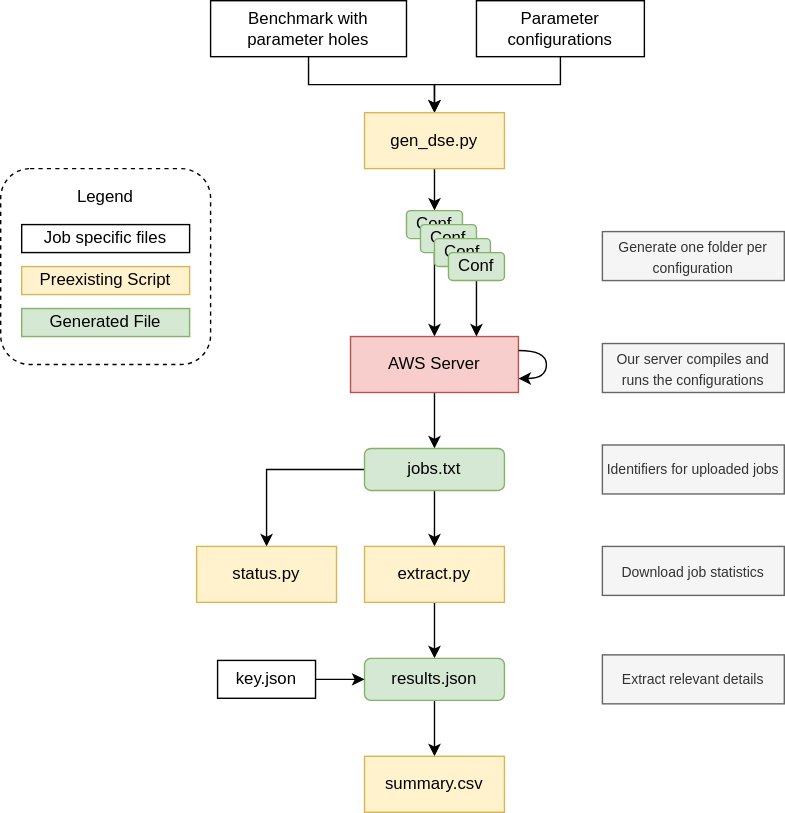
This is static/data-collection.svg from cucapra/dahlia-evaluation, a draw.io export, as it was before one commit. Source tidied: cells renumbered, new cells last; positions are measured from the earlier drawing's top-left corner, leaving out a move shared by most shapes.
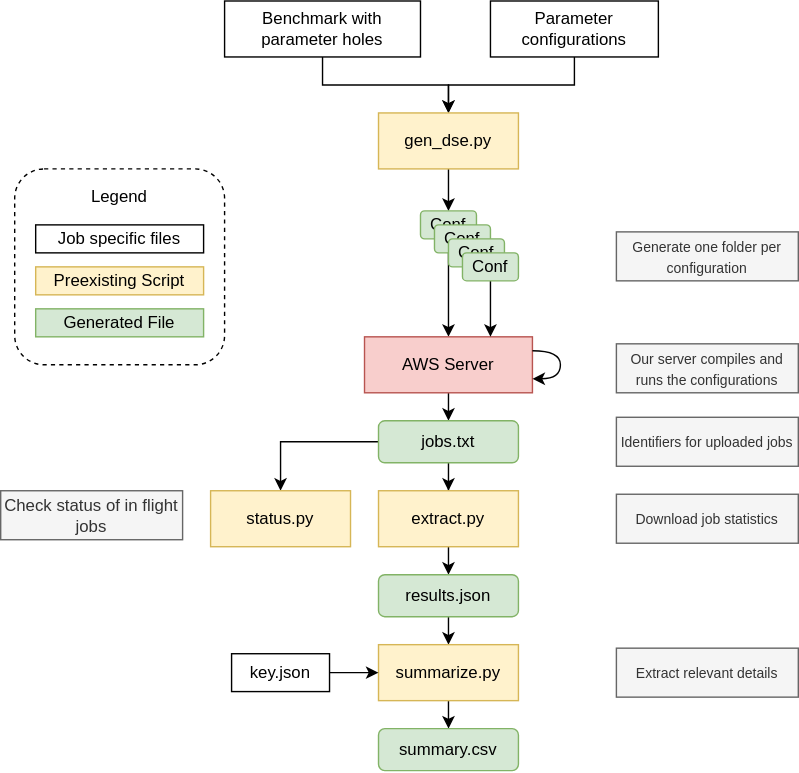
After the commit.

Commit message:
update data collection flow

What changed in the source:
```diff
@@ -64,43 +64,46 @@
       <mxGeometry relative="1" as="geometry" />
     </mxCell>
     <mxCell id="20" value="jobs.txt" style="rounded=1;whiteSpace=wrap;html=1;fillColor=#d5e8d4;strokeColor=#82b366;" parent="1" vertex="1">
-      <mxGeometry x="260" y="320" width="100" height="30" as="geometry" />
+      <mxGeometry x="260" y="300" width="100" height="30" as="geometry" />
     </mxCell>
     <mxCell id="21" style="edgeStyle=orthogonalEdgeStyle;rounded=0;jettySize=auto;html=1;exitX=0.5;exitY=1;exitDx=0;exitDy=0;entryX=0.5;entryY=0;entryDx=0;entryDy=0;" parent="1" edge="1" source="22" target="24">
       <mxGeometry relative="1" as="geometry" />
     </mxCell>
     <mxCell id="22" value="extract.py" style="rounded=0;whiteSpace=wrap;html=1;fillColor=#fff2cc;strokeColor=#d6b656;" parent="1" vertex="1">
-      <mxGeometry x="260" y="390" width="100" height="40" as="geometry" />
+      <mxGeometry x="260" y="350" width="100" height="40" as="geometry" />
     </mxCell>
     <mxCell id="23" style="edgeStyle=orthogonalEdgeStyle;rounded=0;jettySize=auto;html=1;exitX=0.5;exitY=1;exitDx=0;exitDy=0;entryX=0.5;entryY=0;entryDx=0;entryDy=0;" parent="1" edge="1" source="24" target="25">
       <mxGeometry relative="1" as="geometry" />
     </mxCell>
     <mxCell id="24" value="results.json" style="rounded=1;whiteSpace=wrap;html=1;fillColor=#d5e8d4;strokeColor=#82b366;" parent="1" vertex="1">
-      <mxGeometry x="260" y="470" width="100" height="30" as="geometry" />
+      <mxGeometry x="260" y="410" width="100" height="30" as="geometry" />
     </mxCell>
+    <mxCell id="38" style="edgeStyle=orthogonalEdgeStyle;rounded=0;jettySize=auto;html=1;exitX=0.5;exitY=1;exitDx=0;exitDy=0;entryX=0.5;entryY=0;entryDx=0;entryDy=0;" parent="1" edge="1" source="25" target="40">
+      <mxGeometry relative="1" as="geometry" />
+    </mxCell>
-    <mxCell id="25" value="summary.csv" style="rounded=0;whiteSpace=wrap;html=1;fillColor=#fff2cc;strokeColor=#d6b656;" parent="1" vertex="1">
-      <mxGeometry x="260" y="540" width="100" height="40" as="geometry" />
+    <mxCell id="25" value="summarize.py" style="rounded=0;whiteSpace=wrap;html=1;fillColor=#fff2cc;strokeColor=#d6b656;" parent="1" vertex="1">
+      <mxGeometry x="260" y="460" width="100" height="40" as="geometry" />
     </mxCell>
     <mxCell id="26" value="status.py" style="rounded=0;whiteSpace=wrap;html=1;fillColor=#fff2cc;strokeColor=#d6b656;" parent="1" vertex="1">
-      <mxGeometry x="140" y="390" width="100" height="40" as="geometry" />
+      <mxGeometry x="140" y="350" width="100" height="40" as="geometry" />
     </mxCell>
     <mxCell id="27" value="&lt;font style=&quot;font-size: 10px&quot;&gt;Generate one folder per configuration&lt;/font&gt;" style="text;html=1;strokeColor=#666666;fillColor=#f5f5f5;align=center;verticalAlign=middle;whiteSpace=wrap;rounded=0;fontColor=#333333;" parent="1" vertex="1">
       <mxGeometry x="430" y="165" width="130" height="35" as="geometry" />
     </mxCell>
     <mxCell id="28" value="&lt;font style=&quot;font-size: 10px&quot;&gt;Download job statistics&lt;br&gt;&lt;/font&gt;" style="text;html=1;strokeColor=#666666;fillColor=#f5f5f5;align=center;verticalAlign=middle;whiteSpace=wrap;rounded=0;fontColor=#333333;" parent="1" vertex="1">
-      <mxGeometry x="430" y="390" width="130" height="35" as="geometry" />
+      <mxGeometry x="430" y="352.5" width="130" height="35" as="geometry" />
     </mxCell>
-    <mxCell id="29" style="edgeStyle=orthogonalEdgeStyle;rounded=0;jettySize=auto;html=1;exitX=1;exitY=0.5;exitDx=0;exitDy=0;" parent="1" edge="1" source="30" target="24">
-      <mxGeometry relative="1" as="geometry" />
-    </mxCell>
+    <mxCell id="39" style="edgeStyle=orthogonalEdgeStyle;rounded=0;jettySize=auto;html=1;exitX=1;exitY=0.5;exitDx=0;exitDy=0;entryX=0;entryY=0.5;entryDx=0;entryDy=0;" parent="1" edge="1" source="30" target="25">
+      <mxGeometry relative="1" as="geometry" />
+    </mxCell>
     <mxCell id="30" value="key.json" style="rounded=0;whiteSpace=wrap;html=1;" parent="1" vertex="1">
-      <mxGeometry x="155" y="471.5" width="70" height="27.1" as="geometry" />
+      <mxGeometry x="155" y="466.5" width="70" height="27.1" as="geometry" />
     </mxCell>
     <mxCell id="31" value="&lt;font style=&quot;font-size: 10px&quot;&gt;Extract relevant details&lt;br&gt;&lt;/font&gt;" style="text;html=1;strokeColor=#666666;fillColor=#f5f5f5;align=center;verticalAlign=middle;whiteSpace=wrap;rounded=0;fontColor=#333333;" parent="1" vertex="1">
-      <mxGeometry x="430" y="467.5" width="130" height="35" as="geometry" />
+      <mxGeometry x="430" y="462.5" width="130" height="35" as="geometry" />
     </mxCell>
     <mxCell id="32" value="&lt;font style=&quot;font-size: 10px&quot;&gt;Identifiers for uploaded jobs&lt;br&gt;&lt;/font&gt;" style="text;html=1;strokeColor=#666666;fillColor=#f5f5f5;align=center;verticalAlign=middle;whiteSpace=wrap;rounded=0;fontColor=#333333;" parent="1" vertex="1">
-      <mxGeometry x="430" y="317.5" width="130" height="35" as="geometry" />
+      <mxGeometry x="430" y="297.5" width="130" height="35" as="geometry" />
     </mxCell>
     <mxCell id="33" style="rounded=1;whiteSpace=wrap;html=1;strokeColor=#000000;fillColor=none;dashed=1;" parent="1" vertex="1">
       <mxGeometry y="120" width="150" height="140" as="geometry" />
@@ -117,5 +120,11 @@
     <mxCell id="37" value="Legend" style="text;html=1;strokeColor=none;fillColor=none;align=center;verticalAlign=middle;whiteSpace=wrap;rounded=0;" parent="1" vertex="1">
       <mxGeometry x="40" y="130" width="70" height="20" as="geometry" />
     </mxCell>
+    <mxCell id="40" value="summary.csv" style="rounded=1;whiteSpace=wrap;html=1;fillColor=#d5e8d4;strokeColor=#82b366;" parent="1" vertex="1">
+      <mxGeometry x="260" y="520" width="100" height="30" as="geometry" />
+    </mxCell>
+    <mxCell id="41" value="Check status of in flight jobs" style="text;html=1;strokeColor=#666666;fillColor=#f5f5f5;align=center;verticalAlign=middle;whiteSpace=wrap;rounded=0;fontColor=#333333;" parent="1" vertex="1">
+      <mxGeometry x="-10" y="350" width="130" height="35" as="geometry" />
+    </mxCell>
   </root>
 </mxGraphModel>
```
